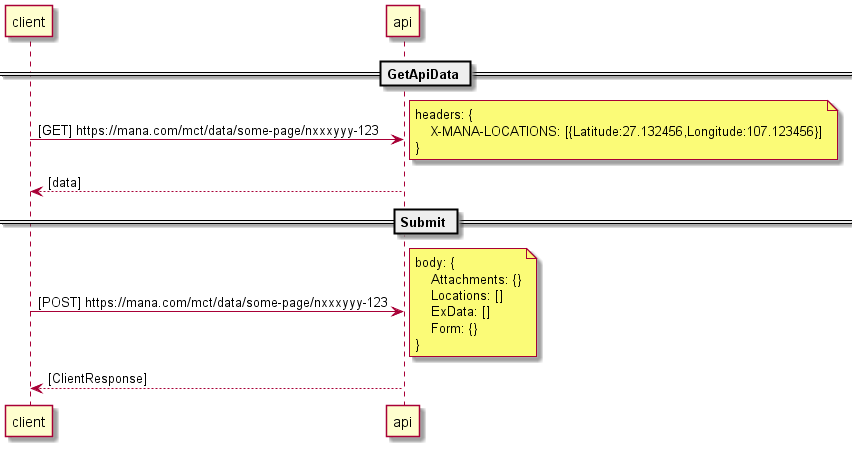
This is ManaRequestBody/out/sequence/sequence.png from BugLordTO/cart-ideas, a PlantUML export, as it was before one commit.
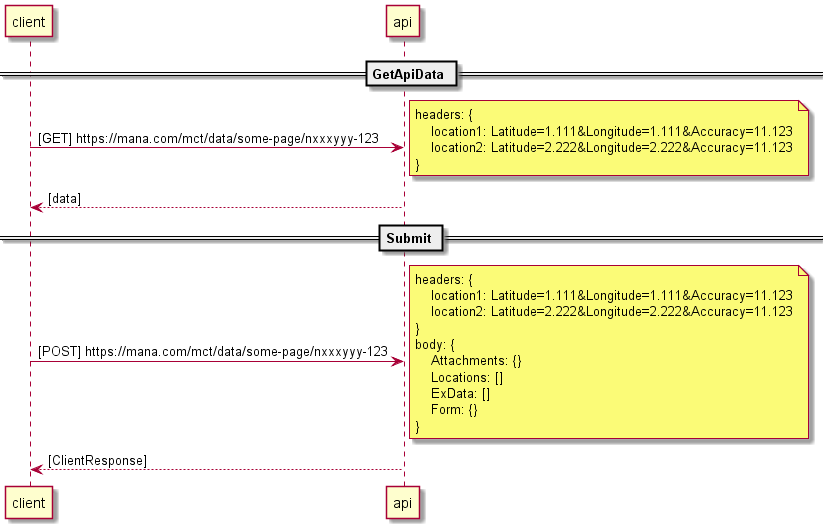
Above is the later version.

Change to the diagram source:
```diff
@@ -8,7 +8,8 @@
 client -> api : [GET] https://mana.com/mct/data/some-page/nxxxyyy-123
 note right
 headers: {
-    X-MANA-LOCATIONS: [{Latitude:27.132456,Longitude:107.123456}]
+    location1: Latitude=1.111&Longitude=1.111&Accuracy=11.123
+    location2: Latitude=2.222&Longitude=2.222&Accuracy=11.123
 }
 endnote
 client <-- api : [data]
@@ -17,6 +18,10 @@
 
 client -> api : [POST] https://mana.com/mct/data/some-page/nxxxyyy-123
 note right
+headers: {
+    location1: Latitude=1.111&Longitude=1.111&Accuracy=11.123
+    location2: Latitude=2.222&Longitude=2.222&Accuracy=11.123
+}
 body: {
     Attachments: {}
     Locations: []
```
